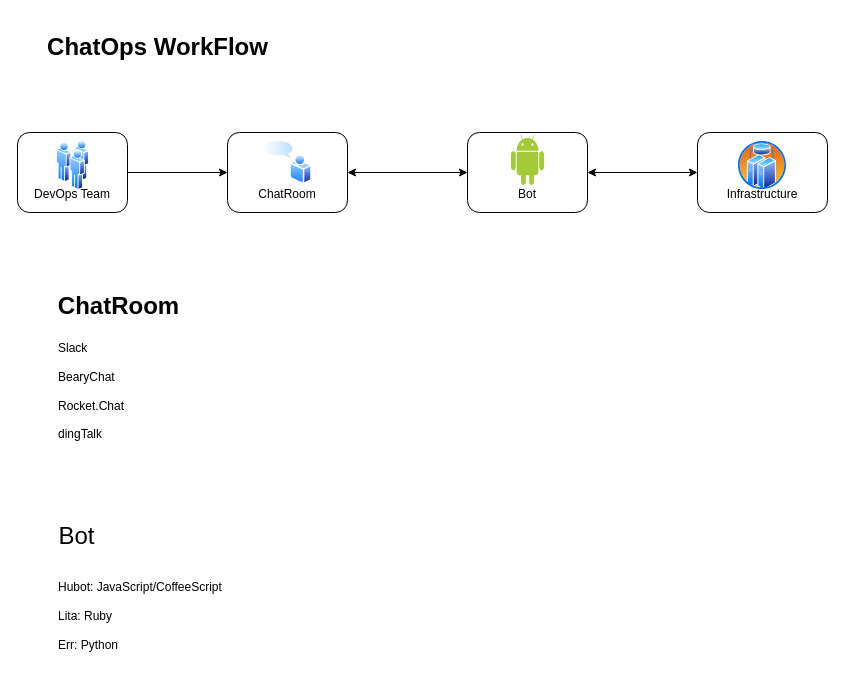
This is ChatOps.drawio from ceczh/diagrams, a draw.io file, before an edit. Source tidied: cells renumbered, new cells numbered last; positions are measured from the earlier drawing's top-left corner, leaving out a move shared by most shapes. Both pictures are drawn from the tidied source at 100%, with x=0, y=0 at pixel (17, 32).
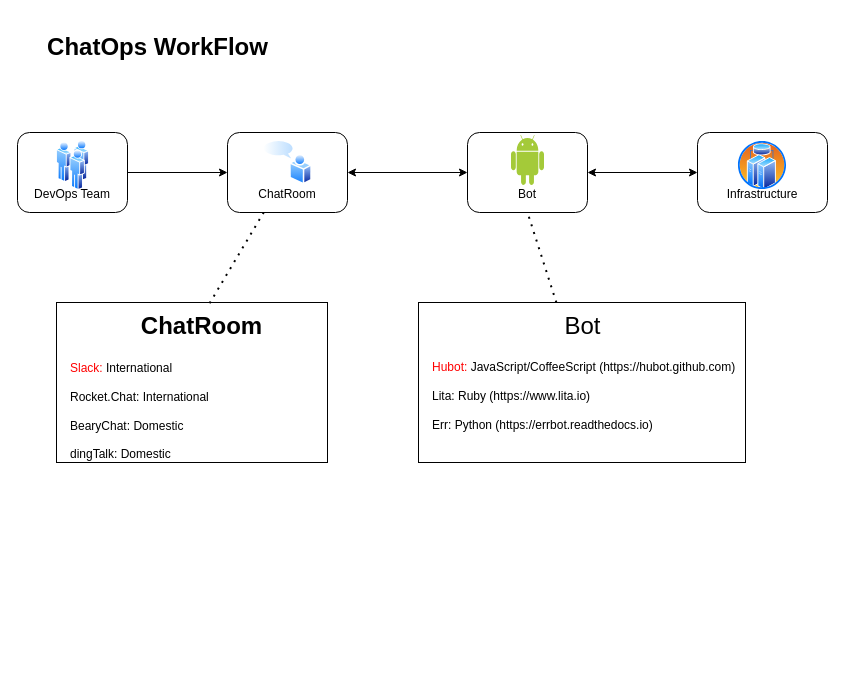
The same diagram, later.

Unchanged cells that the change refers to:
```xml
<mxCell id="4" value="&lt;br&gt;&lt;br&gt;&lt;br&gt;ChatRoom" style="rounded=1;whiteSpace=wrap;html=1;fontSize=12;glass=0;strokeWidth=1;shadow=0;" parent="1" vertex="1">
  <mxGeometry x="210" y="100" width="120" height="80" as="geometry" />
</mxCell>
<mxCell id="6" value="&lt;br&gt;&lt;br&gt;&lt;br&gt;Bot" style="rounded=1;whiteSpace=wrap;html=1;fontSize=12;glass=0;strokeWidth=1;shadow=0;" parent="1" vertex="1">
  <mxGeometry x="450" y="100" width="120" height="80" as="geometry" />
</mxCell>
```

The edit, as a diff of the source:
```diff
@@
+    <mxCell id="18" style="rounded=0;whiteSpace=wrap;html=1;labelBackgroundColor=#FF0000;fontSize=24;fontColor=#FF0000;" parent="1" vertex="1">
+      <mxGeometry x="401" y="270" width="327" height="160" as="geometry" />
+    </mxCell>
+    <mxCell id="19" style="rounded=0;whiteSpace=wrap;html=1;labelBackgroundColor=#FF0000;fontSize=24;fontColor=#FF0000;" parent="1" vertex="1">
+      <mxGeometry x="39" y="270" width="271" height="160" as="geometry" />
+    </mxCell>
@@
     <mxCell id="14" value="&lt;h1&gt;&lt;font style=&quot;font-size: 24px;&quot;&gt;ChatRoom&lt;/font&gt;&lt;/h1&gt;" style="text;html=1;align=center;verticalAlign=middle;strokeColor=none;fillColor=none;fontSize=24;" parent="1" vertex="1">
-      <mxGeometry x="31" y="200" width="140" height="130" as="geometry" />
+      <mxGeometry x="114" y="220" width="140" height="130" as="geometry" />
     </mxCell>
-    <mxCell id="15" value="&lt;font style=&quot;font-size: 12px;&quot;&gt;Slack&lt;br&gt;BearyChat&lt;br&gt;Rocket.Chat&lt;br&gt;dingTalk&lt;/font&gt;" style="text;html=1;strokeColor=none;fillColor=none;align=left;verticalAlign=middle;whiteSpace=wrap;rounded=0;fontSize=24;" parent="1" vertex="1">
-      <mxGeometry x="39" y="300" width="82" height="110" as="geometry" />
+    <mxCell id="15" value="&lt;font style=&quot;&quot;&gt;&lt;font style=&quot;font-size: 12px;&quot; color=&quot;#ff0000&quot;&gt;Slack:&amp;nbsp;&lt;/font&gt;&lt;span style=&quot;font-size: 12px;&quot;&gt;International&lt;font color=&quot;#ff0000&quot;&gt;&amp;nbsp;&lt;/font&gt;&lt;/span&gt;&lt;br&gt;&lt;span style=&quot;font-size: 12px;&quot;&gt;Rocket.Chat:&amp;nbsp;&lt;/span&gt;&lt;span style=&quot;font-size: 12px;&quot;&gt;International&lt;br&gt;&lt;/span&gt;&lt;span style=&quot;font-size: 12px;&quot;&gt;BearyChat:&amp;nbsp;&lt;/span&gt;&lt;span style=&quot;font-size: 12px;&quot;&gt;Domestic&lt;/span&gt;&lt;br&gt;&lt;span style=&quot;font-size: 12px;&quot;&gt;dingTalk:&amp;nbsp;&lt;/span&gt;&lt;/font&gt;&lt;span style=&quot;font-size: 12px;&quot;&gt;Domestic&lt;/span&gt;" style="text;html=1;strokeColor=none;fillColor=none;align=left;verticalAlign=middle;whiteSpace=wrap;rounded=0;fontSize=24;" parent="1" vertex="1">
+      <mxGeometry x="51" y="320" width="160" height="110" as="geometry" />
     </mxCell>
     <mxCell id="16" value="&lt;h1&gt;&lt;span style=&quot;font-weight: 400;&quot;&gt;&lt;font style=&quot;font-size: 24px;&quot;&gt;Bot&lt;/font&gt;&lt;/span&gt;&lt;br&gt;&lt;/h1&gt;" style="text;html=1;align=center;verticalAlign=middle;strokeColor=none;fillColor=none;fontSize=24;" parent="1" vertex="1">
-      <mxGeometry x="29" y="430" width="60" height="130" as="geometry" />
+      <mxGeometry x="534.5" y="220" width="60" height="130" as="geometry" />
     </mxCell>
-    <mxCell id="17" value="&lt;font style=&quot;font-size: 12px;&quot;&gt;Hubot: JavaScript/CoffeeScript&lt;br&gt;Lita: Ruby&lt;br&gt;Err: Python&lt;br&gt;&lt;/font&gt;" style="text;html=1;strokeColor=none;fillColor=none;align=left;verticalAlign=middle;whiteSpace=wrap;rounded=0;fontSize=24;" parent="1" vertex="1">
-      <mxGeometry x="39" y="540" width="232" height="80" as="geometry" />
+    <mxCell id="17" value="&lt;font style=&quot;font-size: 12px;&quot;&gt;&lt;font color=&quot;#ff0000&quot;&gt;Hubot:&lt;/font&gt; JavaScript/CoffeeScript (https://hubot.github.com)&lt;br&gt;Lita: Ruby (https://www.lita.io)&lt;br&gt;Err: Python (https://errbot.readthedocs.io)&lt;br&gt;&lt;/font&gt;" style="text;html=1;strokeColor=none;fillColor=none;align=left;verticalAlign=middle;whiteSpace=wrap;rounded=0;fontSize=24;" parent="1" vertex="1">
+      <mxGeometry x="413" y="320" width="382" height="80" as="geometry" />
     </mxCell>
+    <mxCell id="20" style="endArrow=none;dashed=1;html=1;dashPattern=1 3;strokeWidth=2;rounded=0;fontSize=24;fontColor=#FF0000;exitX=0.565;exitY=0.005;exitDx=0;exitDy=0;exitPerimeter=0;" parent="1" edge="1" source="19" target="4">
+      <mxGeometry relative="1" as="geometry" />
+    </mxCell>
+    <mxCell id="21" style="endArrow=none;dashed=1;html=1;dashPattern=1 3;strokeWidth=2;rounded=0;fontSize=24;fontColor=#FF0000;entryX=0.5;entryY=1;entryDx=0;entryDy=0;" parent="1" edge="1" source="18" target="6">
+      <mxGeometry relative="1" as="geometry" />
+    </mxCell>
```
